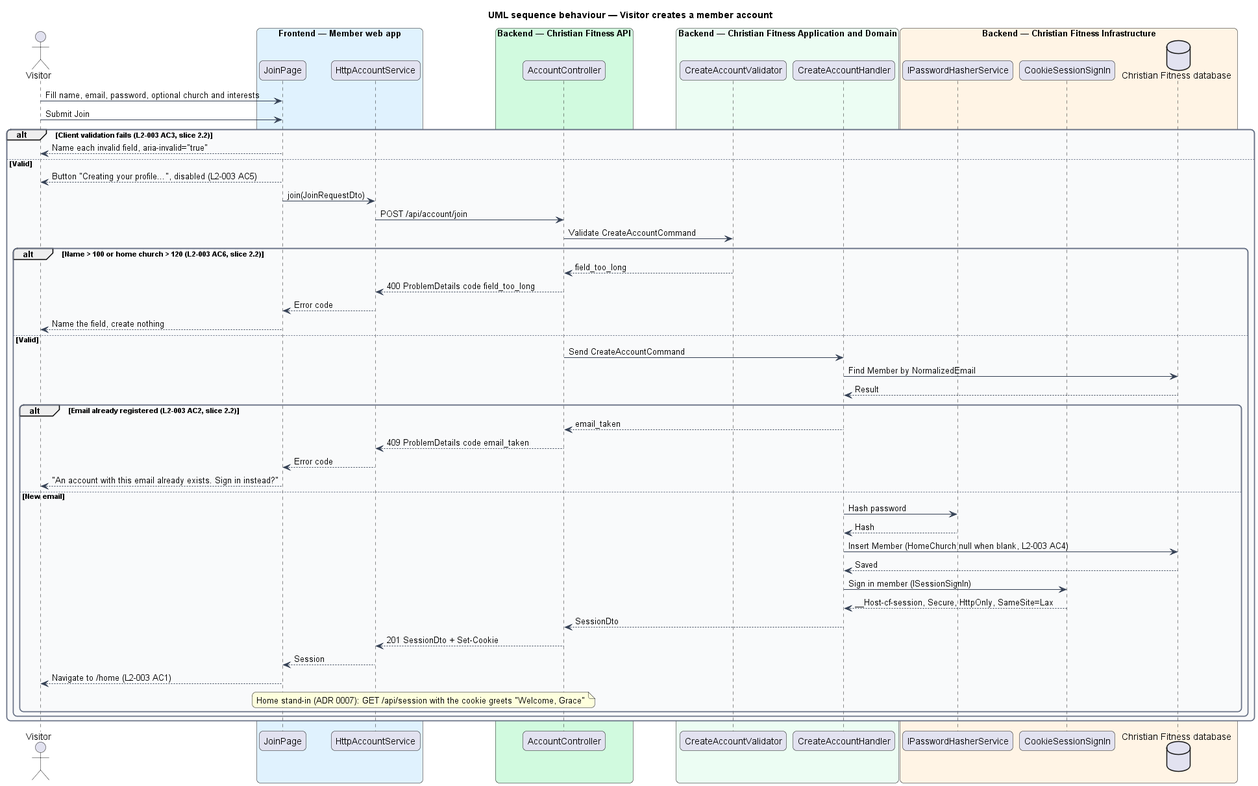
Earlier version of the PlantUML export docs/detailed-designs/member-access/create-account/diagrams/sequence-create-account.png (QuinntyneBrown/christian-fitness).
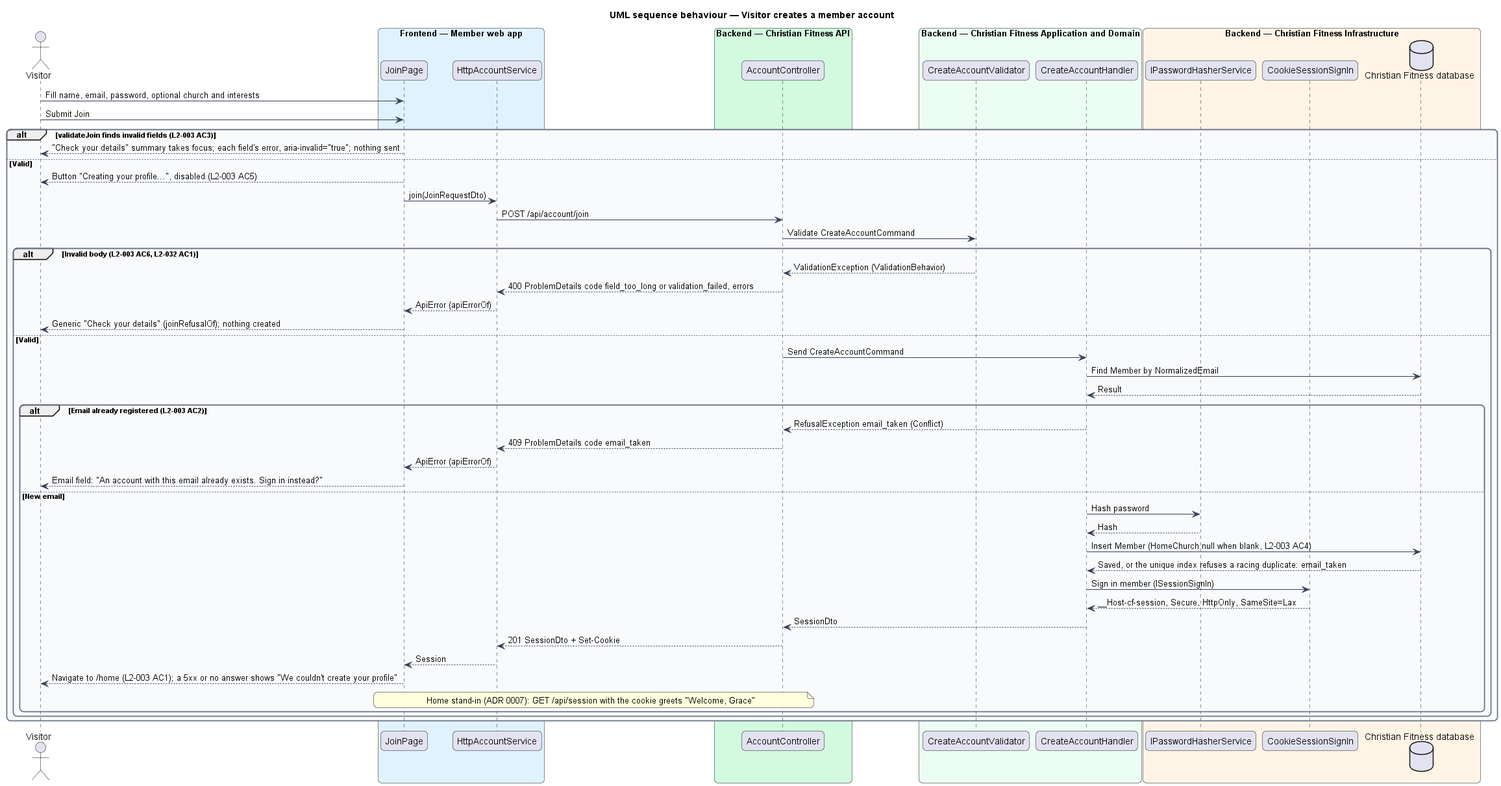
After the commit.

What changed in the source:
```diff
@@ -33,38 +33,38 @@
 end box
 actor -> page : Fill name, email, password, optional church and interests
 actor -> page : Submit Join
-alt Client validation fails (L2-003 AC3, slice 2.2)
-  page --> actor : Name each invalid field, aria-invalid="true"
+alt validateJoin finds invalid fields (L2-003 AC3)
+  page --> actor : "Check your details" summary takes focus; each field's error, aria-invalid="true"; nothing sent
 else Valid
   page --> actor : Button "Creating your profile…", disabled (L2-003 AC5)
   page -> client : join(JoinRequestDto)
   client -> ctrl : POST /api/account/join
   ctrl -> v : Validate CreateAccountCommand
-  alt Name > 100 or home church > 120 (L2-003 AC6, slice 2.2)
-    v --> ctrl : field_too_long
-    ctrl --> client : 400 ProblemDetails code field_too_long
-    client --> page : Error code
-    page --> actor : Name the field, create nothing
+  alt Invalid body (L2-003 AC6, L2-032 AC1)
+    v --> ctrl : ValidationException (ValidationBehavior)
+    ctrl --> client : 400 ProblemDetails code field_too_long or validation_failed, errors
+    client --> page : ApiError (apiErrorOf)
+    page --> actor : Generic "Check your details" (joinRefusalOf); nothing created
   else Valid
     ctrl -> h : Send CreateAccountCommand
     h -> db : Find Member by NormalizedEmail
     db --> h : Result
-    alt Email already registered (L2-003 AC2, slice 2.2)
-      h --> ctrl : email_taken
+    alt Email already registered (L2-003 AC2)
+      h --> ctrl : RefusalException email_taken (Conflict)
       ctrl --> client : 409 ProblemDetails code email_taken
-      client --> page : Error code
-      page --> actor : "An account with this email already exists. Sign in instead?"
+      client --> page : ApiError (apiErrorOf)
+      page --> actor : Email field: "An account with this email already exists. Sign in instead?"
     else New email
       h -> hash : Hash password
       hash --> h : Hash
       h -> db : Insert Member (HomeChurch null when blank, L2-003 AC4)
-      db --> h : Saved
+      db --> h : Saved, or the unique index refuses a racing duplicate: email_taken
       h -> sess : Sign in member (ISessionSignIn)
       sess --> h : __Host-cf-session, Secure, HttpOnly, SameSite=Lax
       h --> ctrl : SessionDto
       ctrl --> client : 201 SessionDto + Set-Cookie
       client --> page : Session
-      page --> actor : Navigate to /home (L2-003 AC1)
+      page --> actor : Navigate to /home (L2-003 AC1); a 5xx or no answer shows "We couldn't create your profile"
       note over page, ctrl : Home stand-in (ADR 0007): GET /api/session with the cookie greets "Welcome, Grace"
     end
   end
```
